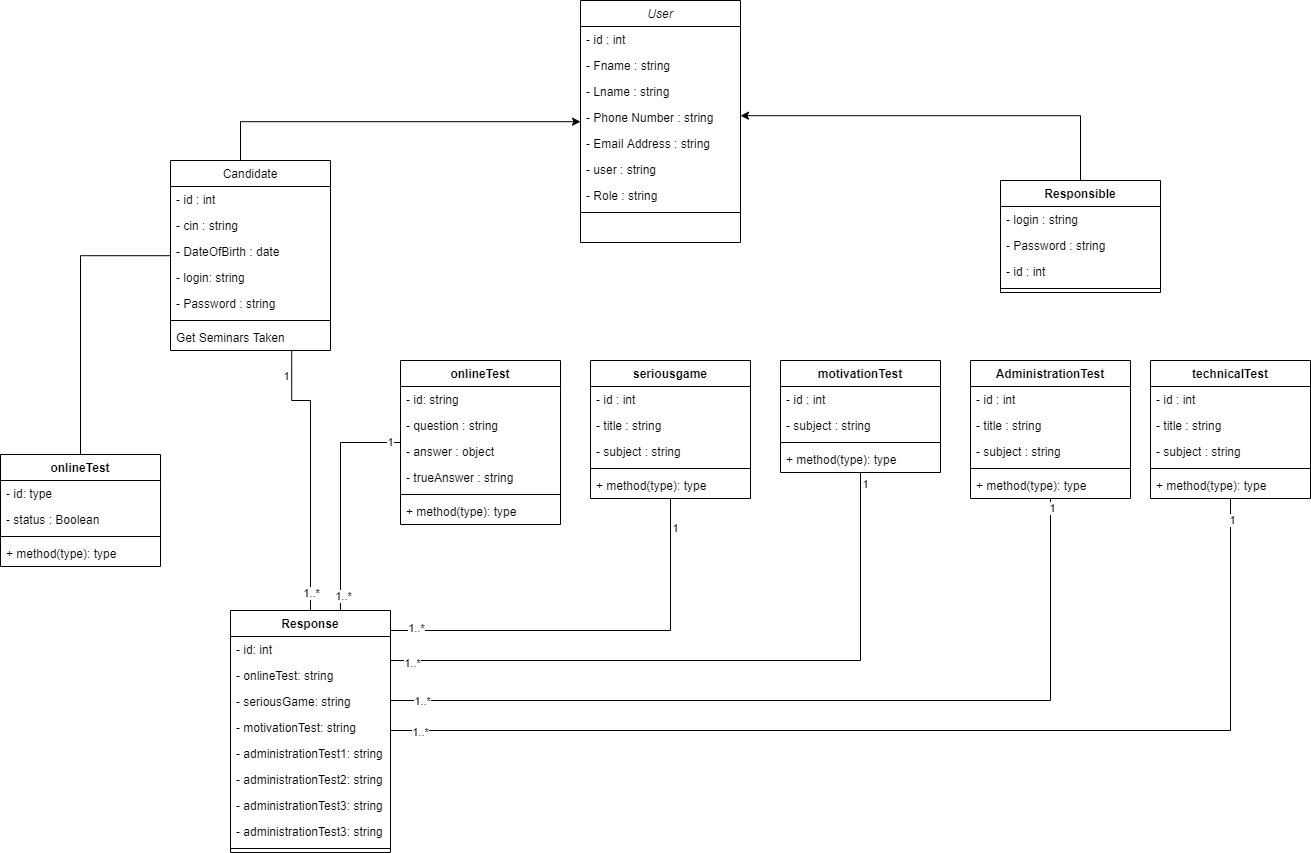
Earlier version of the draw.io export UML/Class Diagram/Class_Diagram.png (yassineelhoubi/Youcode_Registration). Source tidied: cells renumbered, new cells last; positions are measured from the earlier drawing's top-left corner, leaving out a move shared by most shapes.
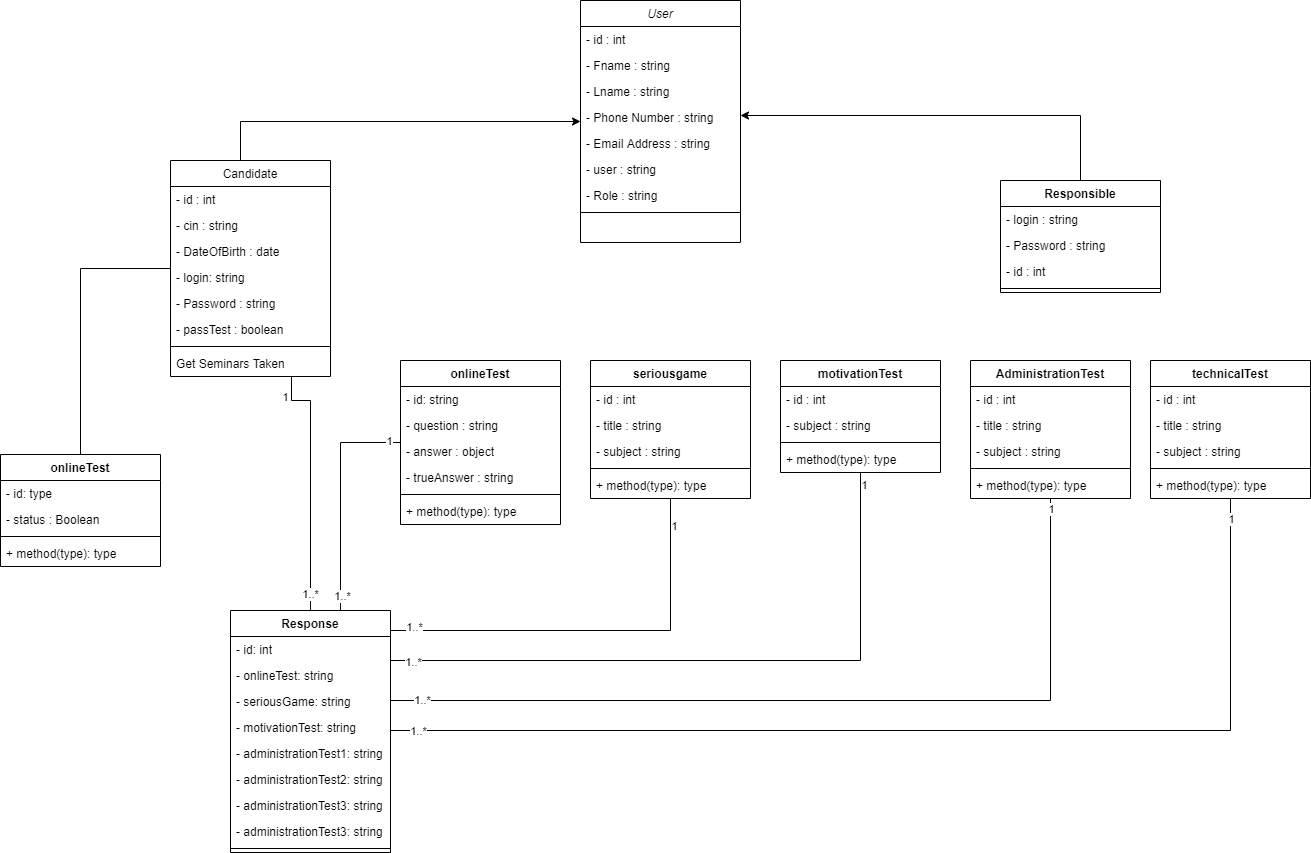
Later version of the same file.

What changed in the source:
```diff
@@ -53,7 +53,7 @@
       <mxGeometry x="-0.84" y="-7" relative="1" as="geometry" />
     </mxCell>
     <mxCell id="16" value="Candidate" style="swimlane;fontStyle=0;align=center;verticalAlign=top;horizontal=1;startSize=26;rounded=0;shadow=0;strokeWidth=1;" parent="1" vertex="1">
-      <mxGeometry x="170" y="160" width="160" height="190" as="geometry" />
+      <mxGeometry x="170" y="160" width="160" height="216" as="geometry" />
     </mxCell>
     <mxCell id="17" value="- id : int" style="text;align=left;verticalAlign=top;spacingLeft=4;spacingRight=4;overflow=hidden;rounded=0;shadow=0;html=0;" parent="16" vertex="1">
       <mxGeometry y="26" width="160" height="26" as="geometry" />
@@ -70,11 +70,14 @@
     <mxCell id="21" value="- Password : string" style="text;align=left;verticalAlign=top;spacingLeft=4;spacingRight=4;overflow=hidden;rounded=0;shadow=0;html=0;" parent="16" vertex="1">
       <mxGeometry y="130" width="160" height="26" as="geometry" />
     </mxCell>
+    <mxCell id="90" value="- passTest : boolean" style="text;align=left;verticalAlign=top;spacingLeft=4;spacingRight=4;overflow=hidden;rounded=0;shadow=0;html=0;" parent="16" vertex="1">
+      <mxGeometry y="156" width="160" height="26" as="geometry" />
+    </mxCell>
     <mxCell id="22" style="line;html=1;strokeWidth=1;align=left;verticalAlign=middle;spacingTop=-1;spacingLeft=3;spacingRight=3;labelPosition=right;" parent="16" vertex="1">
-      <mxGeometry y="156" width="160" height="8" as="geometry" />
+      <mxGeometry y="182" width="160" height="8" as="geometry" />
     </mxCell>
     <mxCell id="23" value="Get Seminars Taken" style="text;align=left;verticalAlign=top;spacingLeft=4;spacingRight=4;overflow=hidden;" parent="16" vertex="1">
-      <mxGeometry y="164" width="160" height="26" as="geometry" />
+      <mxGeometry y="190" width="160" height="26" as="geometry" />
     </mxCell>
     <mxCell id="24" style="edgeStyle=orthogonalEdgeStyle;rounded=0;jettySize=auto;html=1;" parent="1" edge="1" source="25" target="2">
       <mxGeometry relative="1" as="geometry">
```
